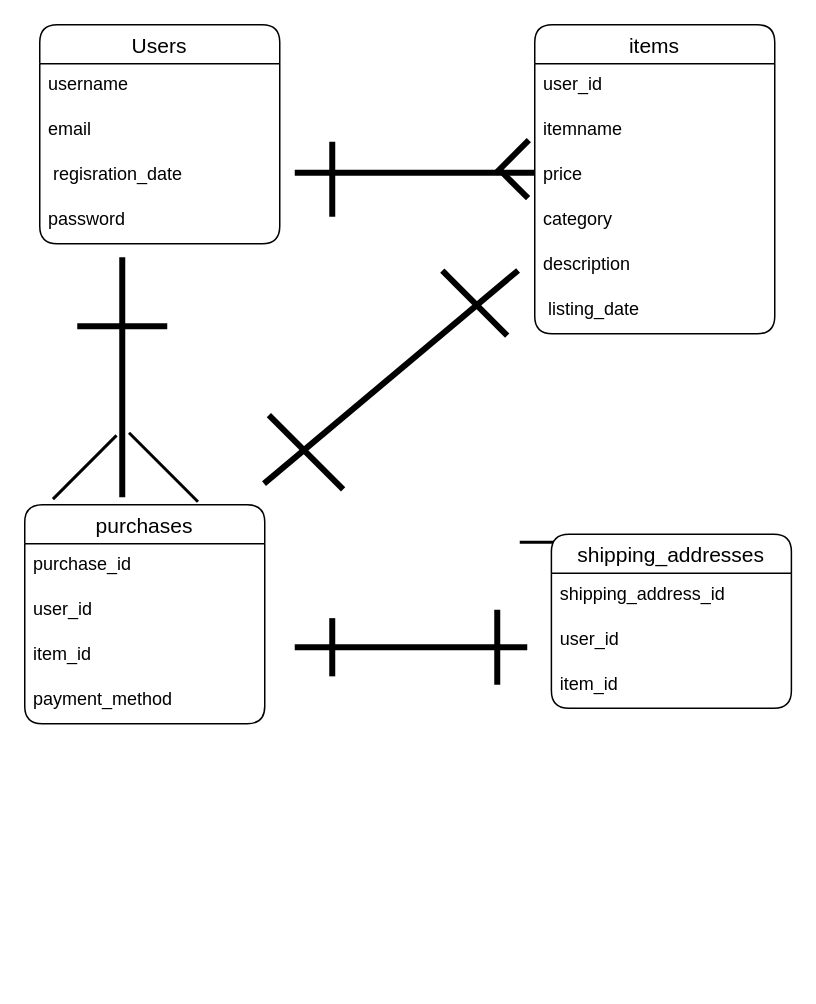
koshiro0322/furima-40532 keeps this draw.io diagram as furima.dio. Above is the earlier version. Source tidied: cells renumbered, new cells numbered last; positions are measured from the earlier drawing's top-left corner, leaving out a move shared by most shapes. Both pictures are drawn from the tidied source at 150%, with x=0, y=0 at pixel (24, 24).
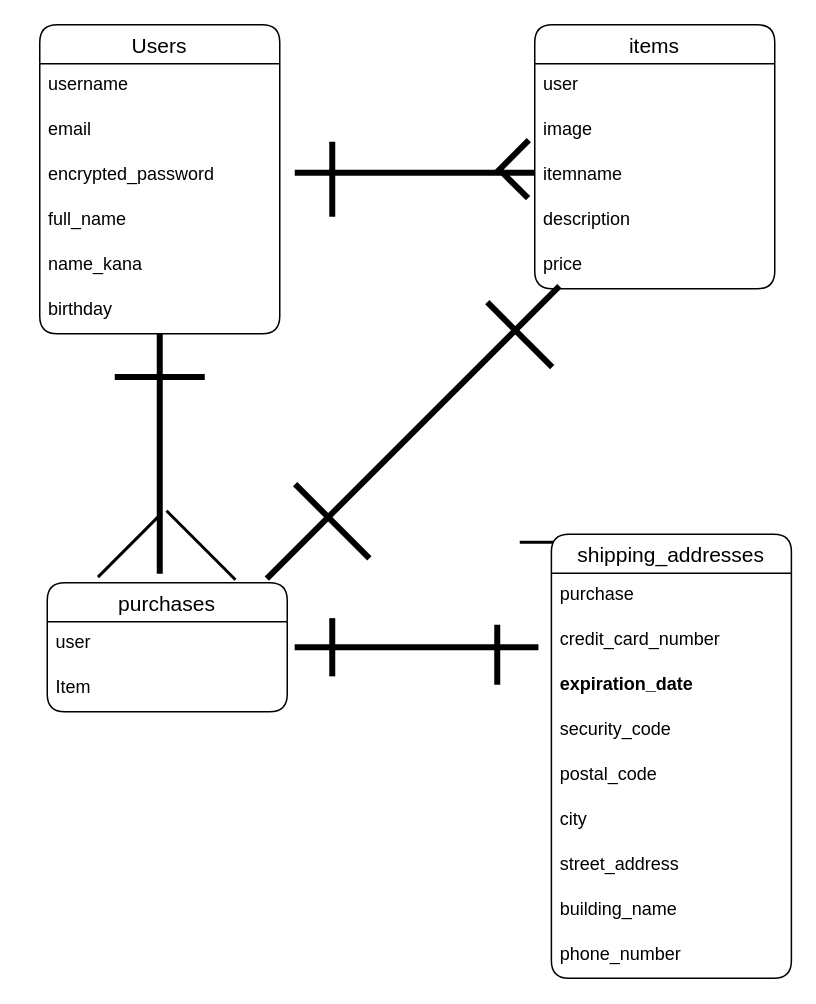
The same diagram, later.

Commit message (it also covers changes not shown here):
データベース設計修正

What changed in the source:
```diff
@@
     <mxCell id="2" value="Users" style="swimlane;fontStyle=0;horizontal=1;startSize=26;align=center;fontSize=14;rounded=1;" parent="1" vertex="1">
-      <mxGeometry x="10" width="160" height="146" as="geometry" />
+      <mxGeometry x="10" width="160" height="206" as="geometry" />
     </mxCell>
@@
-    <mxCell id="5" value=" regisration_date" style="text;strokeColor=none;fillColor=none;spacingLeft=4;spacingRight=4;overflow=hidden;fontSize=12;rounded=1;" parent="2" vertex="1">
-      <mxGeometry y="86" width="160" height="30" as="geometry" />
-    </mxCell>
-    <mxCell id="6" value="password" style="text;strokeColor=none;fillColor=none;spacingLeft=4;spacingRight=4;overflow=hidden;fontSize=12;rounded=1;" parent="2" vertex="1">
-      <mxGeometry y="116" width="160" height="30" as="geometry" />
+    <mxCell id="6" value="encrypted_password" style="text;strokeColor=none;fillColor=none;spacingLeft=4;spacingRight=4;overflow=hidden;fontSize=12;rounded=1;" parent="2" vertex="1">
+      <mxGeometry y="86" width="160" height="30" as="geometry" />
     </mxCell>
+    <mxCell id="38" value="full_name" style="text;strokeColor=none;fillColor=none;spacingLeft=4;spacingRight=4;overflow=hidden;fontSize=12;rounded=1;" parent="2" vertex="1">
+      <mxGeometry y="116" width="160" height="30" as="geometry" />
+    </mxCell>
+    <mxCell id="39" value="name_kana" style="text;strokeColor=none;fillColor=none;spacingLeft=4;spacingRight=4;overflow=hidden;fontSize=12;rounded=1;" parent="2" vertex="1">
+      <mxGeometry y="146" width="160" height="30" as="geometry" />
+    </mxCell>
+    <mxCell id="40" value="birthday" style="text;strokeColor=none;fillColor=none;spacingLeft=4;spacingRight=4;overflow=hidden;fontSize=12;rounded=1;" parent="2" vertex="1">
+      <mxGeometry y="176" width="160" height="30" as="geometry" />
+    </mxCell>
     <mxCell id="7" value="items" style="swimlane;fontStyle=0;horizontal=1;startSize=26;align=center;fontSize=14;rounded=1;" parent="1" vertex="1">
-      <mxGeometry x="340" width="160" height="206" as="geometry" />
+      <mxGeometry x="340" width="160" height="176" as="geometry" />
     </mxCell>
-    <mxCell id="8" value="user_id " style="text;strokeColor=none;fillColor=none;spacingLeft=4;spacingRight=4;overflow=hidden;fontSize=12;rounded=1;" parent="7" vertex="1">
+    <mxCell id="8" value="user" style="text;strokeColor=none;fillColor=none;spacingLeft=4;spacingRight=4;overflow=hidden;fontSize=12;rounded=1;" parent="7" vertex="1">
       <mxGeometry y="26" width="160" height="30" as="geometry" />
     </mxCell>
+    <mxCell id="11" value="image" style="text;strokeColor=none;fillColor=none;spacingLeft=4;spacingRight=4;overflow=hidden;fontSize=12;rounded=1;" parent="7" vertex="1">
+      <mxGeometry y="56" width="160" height="30" as="geometry" />
+    </mxCell>
     <mxCell id="9" value="itemname" style="text;strokeColor=none;fillColor=none;spacingLeft=4;spacingRight=4;overflow=hidden;fontSize=12;rounded=1;" parent="7" vertex="1">
-      <mxGeometry y="56" width="160" height="30" as="geometry" />
+      <mxGeometry y="86" width="160" height="30" as="geometry" />
     </mxCell>
+    <mxCell id="12" value="description" style="text;strokeColor=none;fillColor=none;spacingLeft=4;spacingRight=4;overflow=hidden;fontSize=12;rounded=1;" parent="7" vertex="1">
+      <mxGeometry y="116" width="160" height="30" as="geometry" />
+    </mxCell>
     <mxCell id="10" value="price" style="text;strokeColor=none;fillColor=none;spacingLeft=4;spacingRight=4;overflow=hidden;fontSize=12;rounded=1;" parent="7" vertex="1">
-      <mxGeometry y="86" width="160" height="30" as="geometry" />
+      <mxGeometry y="146" width="160" height="30" as="geometry" />
     </mxCell>
-    <mxCell id="11" value="category     " style="text;strokeColor=none;fillColor=none;spacingLeft=4;spacingRight=4;overflow=hidden;fontSize=12;rounded=1;" parent="7" vertex="1">
-      <mxGeometry y="116" width="160" height="30" as="geometry" />
-    </mxCell>
-    <mxCell id="12" value="description" style="text;strokeColor=none;fillColor=none;spacingLeft=4;spacingRight=4;overflow=hidden;fontSize=12;rounded=1;" parent="7" vertex="1">
-      <mxGeometry y="146" width="160" height="30" as="geometry" />
-    </mxCell>
-    <mxCell id="13" value=" listing_date" style="text;strokeColor=none;fillColor=none;spacingLeft=4;spacingRight=4;overflow=hidden;fontSize=12;rounded=1;" parent="7" vertex="1">
-      <mxGeometry y="176" width="160" height="30" as="geometry" />
-    </mxCell>
     <mxCell id="14" value="purchases" style="swimlane;fontStyle=0;horizontal=1;startSize=26;align=center;fontSize=14;rounded=1;" parent="1" vertex="1">
-      <mxGeometry y="320" width="160" height="146" as="geometry" />
+      <mxGeometry x="15" y="372" width="160" height="86" as="geometry" />
     </mxCell>
-    <mxCell id="15" value="purchase_id" style="text;strokeColor=none;fillColor=none;spacingLeft=4;spacingRight=4;overflow=hidden;fontSize=12;rounded=1;" parent="14" vertex="1">
-      <mxGeometry y="26" width="160" height="30" as="geometry" />
-    </mxCell>
-    <mxCell id="16" value="user_id    " style="text;strokeColor=none;fillColor=none;spacingLeft=4;spacingRight=4;overflow=hidden;fontSize=12;rounded=1;" parent="14" vertex="1">
-      <mxGeometry y="56" width="160" height="30" as="geometry" />
-    </mxCell>
-    <mxCell id="17" value="item_id" style="text;strokeColor=none;fillColor=none;spacingLeft=4;spacingRight=4;overflow=hidden;fontSize=12;rounded=1;" parent="14" vertex="1">
-      <mxGeometry y="86" width="160" height="30" as="geometry" />
+    <mxCell id="17" value="user" style="text;strokeColor=none;fillColor=none;spacingLeft=4;spacingRight=4;overflow=hidden;fontSize=12;rounded=1;" parent="14" vertex="1">
+      <mxGeometry y="26" width="160" height="30" as="geometry" />
     </mxCell>
-    <mxCell id="18" value="payment_method" style="text;strokeColor=none;fillColor=none;spacingLeft=4;spacingRight=4;overflow=hidden;fontSize=12;rounded=1;" parent="14" vertex="1">
-      <mxGeometry y="116" width="160" height="30" as="geometry" />
-    </mxCell>
+    <mxCell id="41" value="Item" style="text;strokeColor=none;fillColor=none;spacingLeft=4;spacingRight=4;overflow=hidden;fontSize=12;rounded=1;" parent="14" vertex="1">
+      <mxGeometry y="56" width="160" height="30" as="geometry" />
+    </mxCell>
@@
-    <mxCell id="24" style="line;strokeWidth=4;direction=south;html=1;perimeter=backbonePerimeter;rounded=1;rotation=50;" parent="1" vertex="1">
-      <mxGeometry x="239.2" y="124.3" width="10" height="221.1" as="geometry" />
+    <mxCell id="24" style="line;strokeWidth=4;direction=south;html=1;perimeter=backbonePerimeter;rounded=1;rotation=45;" parent="1" vertex="1">
+      <mxGeometry x="253.9" y="133.8" width="10" height="275.8" as="geometry" />
     </mxCell>
     <mxCell id="25" style="line;strokeWidth=4;html=1;perimeter=backbonePerimeter;rounded=1;rotation=90;" parent="1" vertex="1">
-      <mxGeometry x="290" y="410" width="50" height="10" as="geometry" />
+      <mxGeometry x="295" y="415" width="40" height="10" as="geometry" />
     </mxCell>
@@
     <mxCell id="27" style="line;strokeWidth=4;direction=south;html=1;perimeter=backbonePerimeter;rounded=1;rotation=90;" parent="1" vertex="1">
-      <mxGeometry x="252.5" y="337.5" width="10" height="155" as="geometry" />
+      <mxGeometry x="256.2" y="333.8" width="10" height="162.5" as="geometry" />
     </mxCell>
     <mxCell id="28" style="line;strokeWidth=4;direction=south;html=1;perimeter=backbonePerimeter;rounded=1;" parent="1" vertex="1">
-      <mxGeometry x="60" y="155" width="10" height="160" as="geometry" />
+      <mxGeometry x="85" y="206" width="10" height="160" as="geometry" />
     </mxCell>
     <mxCell id="29" style="line;strokeWidth=4;html=1;perimeter=backbonePerimeter;rounded=1;" parent="1" vertex="1">
-      <mxGeometry x="35" y="196" width="60" height="10" as="geometry" />
+      <mxGeometry x="60" y="229.8" width="60" height="10" as="geometry" />
     </mxCell>
     <mxCell id="30" value="shipping_addresses" style="swimlane;fontStyle=0;horizontal=1;startSize=26;align=center;fontSize=14;rounded=1;" parent="1" vertex="1">
-      <mxGeometry x="351.1" y="339.7" width="160" height="116" as="geometry" />
+      <mxGeometry x="351.1" y="339.7" width="160" height="296" as="geometry" />
     </mxCell>
+    <mxCell id="32" value="purchase" style="text;strokeColor=none;fillColor=none;spacingLeft=4;spacingRight=4;overflow=hidden;fontSize=12;rounded=1;" parent="30" vertex="1">
+      <mxGeometry y="26" width="160" height="30" as="geometry" />
+    </mxCell>
-    <mxCell id="31" value="shipping_address_id" style="text;strokeColor=none;fillColor=none;spacingLeft=4;spacingRight=4;overflow=hidden;fontSize=12;rounded=1;" parent="30" vertex="1">
-      <mxGeometry y="26" width="160" height="30" as="geometry" />
+    <mxCell id="31" value="credit_card_number" style="text;strokeColor=none;fillColor=none;spacingLeft=4;spacingRight=4;overflow=hidden;fontSize=12;rounded=1;" parent="30" vertex="1">
+      <mxGeometry y="56" width="160" height="30" as="geometry" />
     </mxCell>
-    <mxCell id="32" value="user_id " style="text;strokeColor=none;fillColor=none;spacingLeft=4;spacingRight=4;overflow=hidden;fontSize=12;rounded=1;" parent="30" vertex="1">
-      <mxGeometry y="56" width="160" height="30" as="geometry" />
-    </mxCell>
-    <mxCell id="33" value="item_id  " style="text;strokeColor=none;fillColor=none;spacingLeft=4;spacingRight=4;overflow=hidden;fontSize=12;rounded=1;" parent="30" vertex="1">
+    <mxCell id="33" value="expiration_date" style="text;strokeColor=none;fillColor=none;spacingLeft=4;spacingRight=4;overflow=hidden;fontSize=12;rounded=1;fontStyle=1;" parent="30" vertex="1">
       <mxGeometry y="86" width="160" height="30" as="geometry" />
     </mxCell>
+    <mxCell id="42" value="security_code" style="text;strokeColor=none;fillColor=none;spacingLeft=4;spacingRight=4;overflow=hidden;fontSize=12;rounded=1;" parent="30" vertex="1">
+      <mxGeometry y="116" width="160" height="30" as="geometry" />
+    </mxCell>
+    <mxCell id="43" value="postal_code" style="text;strokeColor=none;fillColor=none;spacingLeft=4;spacingRight=4;overflow=hidden;fontSize=12;rounded=1;" parent="30" vertex="1">
+      <mxGeometry y="146" width="160" height="30" as="geometry" />
+    </mxCell>
+    <mxCell id="44" value="city" style="text;strokeColor=none;fillColor=none;spacingLeft=4;spacingRight=4;overflow=hidden;fontSize=12;rounded=1;" parent="30" vertex="1">
+      <mxGeometry y="176" width="160" height="30" as="geometry" />
+    </mxCell>
+    <mxCell id="45" value="street_address" style="text;strokeColor=none;fillColor=none;spacingLeft=4;spacingRight=4;overflow=hidden;fontSize=12;rounded=1;" parent="30" vertex="1">
+      <mxGeometry y="206" width="160" height="30" as="geometry" />
+    </mxCell>
+    <mxCell id="46" value="building_name" style="text;strokeColor=none;fillColor=none;spacingLeft=4;spacingRight=4;overflow=hidden;fontSize=12;rounded=1;" parent="30" vertex="1">
+      <mxGeometry y="236" width="160" height="30" as="geometry" />
+    </mxCell>
+    <mxCell id="47" value="phone_number" style="text;strokeColor=none;fillColor=none;spacingLeft=4;spacingRight=4;overflow=hidden;fontSize=12;rounded=1;" parent="30" vertex="1">
+      <mxGeometry y="266" width="160" height="30" as="geometry" />
+    </mxCell>
     <mxCell id="34" style="line;strokeWidth=4;direction=south;html=1;perimeter=backbonePerimeter;rounded=1;rotation=-45;" parent="1" vertex="1">
-      <mxGeometry x="260" y="155" width="80" height="61.2" as="geometry" />
+      <mxGeometry x="290" y="176" width="80" height="61.2" as="geometry" />
     </mxCell>
     <mxCell id="35" style="line;strokeWidth=4;direction=south;html=1;perimeter=backbonePerimeter;rounded=1;rotation=-45;" parent="1" vertex="1">
-      <mxGeometry x="175" y="250" width="25" height="70" as="geometry" />
+      <mxGeometry x="192.5" y="296" width="25" height="70" as="geometry" />
     </mxCell>
     <mxCell id="36" style="line;strokeWidth=2;html=1;rounded=1;rotation=45;" parent="1" vertex="1">
-      <mxGeometry x="60" y="270" width="65" height="50" as="geometry" />
+      <mxGeometry x="85" y="322" width="65" height="50" as="geometry" />
     </mxCell>
     <mxCell id="37" style="line;strokeWidth=2;html=1;rounded=1;rotation=-45;" parent="1" vertex="1">
-      <mxGeometry x="10" y="290" width="60" height="10" as="geometry" />
+      <mxGeometry x="40" y="342" width="60" height="10" as="geometry" />
     </mxCell>
```
